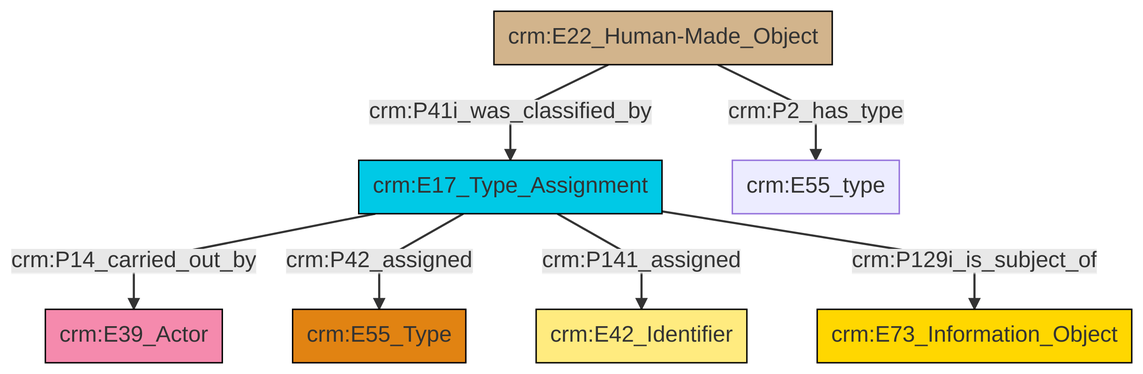
This is et/builtWorkCSV/ttl/mmd/png/Built_Work_designation_status.png from swiss-art-research-net/reference-data-models, a Mermaid export, as it was before one commit. Its source is kept beside it as et/builtWorkCSV/ttl/mmd/Built_Work_designation_status.ttl.mmd.
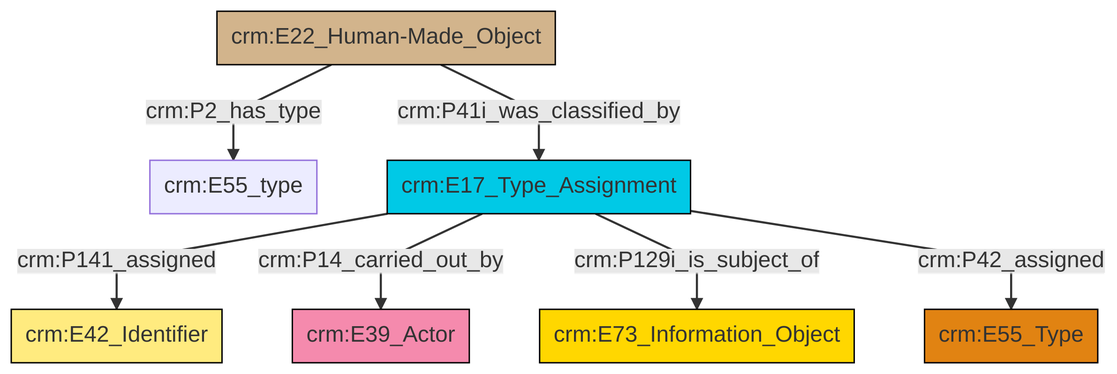
The same diagram one commit later.

Change to the diagram source:
```diff
@@ -13,9 +13,9 @@
 classDef PC_Classes fill:#4ce600, stroke:#000000;
 classDef Multi fill:#cccccc,stroke:#000000;
 
-4["crm:E17_Type_Assignment"]:::Temporal_Entity -->|crm:P14_carried_out_by| 0["crm:E39_Actor"]:::Actor
-4["crm:E17_Type_Assignment"]:::Temporal_Entity -->|crm:P42_assigned| 5["crm:E55_Type"]:::Type
-11["crm:E22_Human-Made_Object"]:::Physical_Thing -->|crm:P2_has_type| 13["crm:E55_type"]:::Default
-4["crm:E17_Type_Assignment"]:::Temporal_Entity -->|crm:P141_assigned| 9["crm:E42_Identifier"]:::Appellation
-11["crm:E22_Human-Made_Object"]:::Physical_Thing -->|crm:P41i_was_classified_by| 4["crm:E17_Type_Assignment"]:::Temporal_Entity
-4["crm:E17_Type_Assignment"]:::Temporal_Entity -->|crm:P129i_is_subject_of| 2["crm:E73_Information_Object"]:::Conceptual_Object
+8["crm:E17_Type_Assignment"]:::Temporal_Entity -->|crm:P141_assigned| 0["crm:E42_Identifier"]:::Appellation
+9["crm:E22_Human-Made_Object"]:::Physical_Thing -->|crm:P41i_was_classified_by| 8["crm:E17_Type_Assignment"]:::Temporal_Entity
+9["crm:E22_Human-Made_Object"]:::Physical_Thing -->|crm:P2_has_type| 6["crm:E55_type"]:::Default
+8["crm:E17_Type_Assignment"]:::Temporal_Entity -->|crm:P14_carried_out_by| 4["crm:E39_Actor"]:::Actor
+8["crm:E17_Type_Assignment"]:::Temporal_Entity -->|crm:P129i_is_subject_of| 2["crm:E73_Information_Object"]:::Conceptual_Object
+8["crm:E17_Type_Assignment"]:::Temporal_Entity -->|crm:P42_assigned| 11["crm:E55_Type"]:::Type
```
